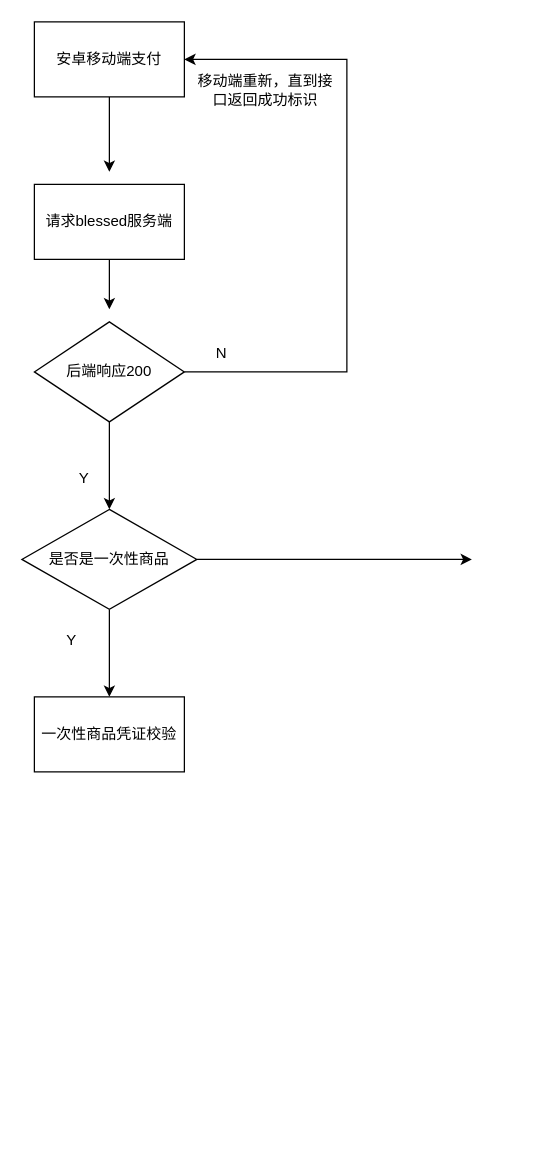
The draw.io diagram 谷歌支付.drawio in ffyyhh995511/draw.io, before the edit. Source tidied: cells renumbered, new cells numbered last; positions are measured from the earlier drawing's top-left corner, leaving out a move shared by most shapes. Both pictures are drawn from the tidied source at 125%, with x=0, y=0 at pixel (21, 21).
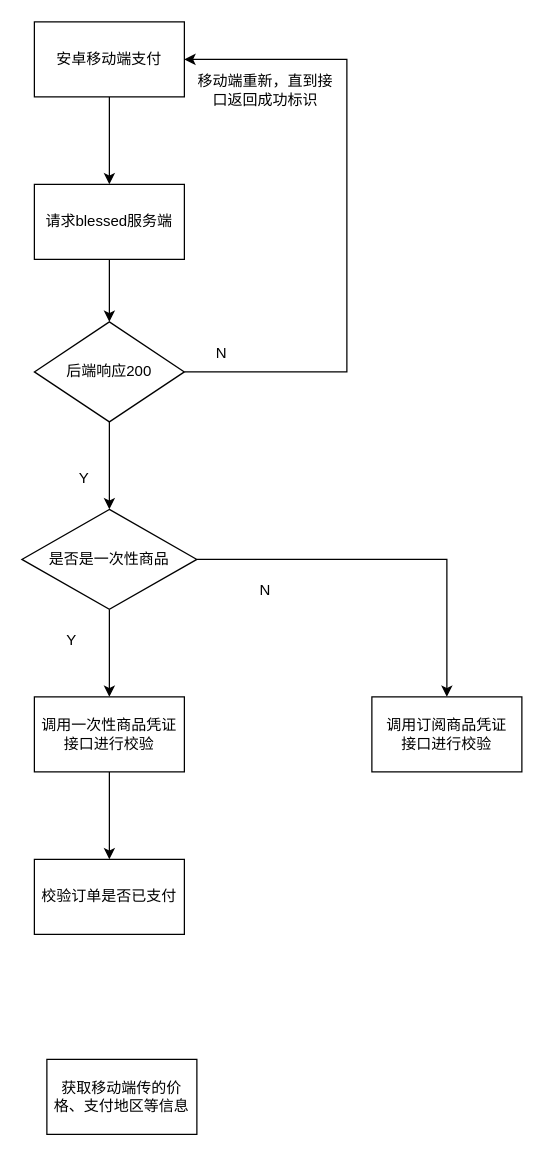
The same page after the edit.

Commit message (it also covers changes not shown here):
更新谷歌支付.drawio

Unchanged cells that the change refers to:
```xml
<mxCell id="3" value="安卓移动端支付" style="rounded=0;whiteSpace=wrap;html=1;" parent="1" vertex="1">
  <mxGeometry x="10" width="120" height="60" as="geometry" />
</mxCell>
<mxCell id="5" value="请求blessed服务端" style="rounded=0;whiteSpace=wrap;html=1;" parent="1" vertex="1">
  <mxGeometry x="10" y="130" width="120" height="60" as="geometry" />
</mxCell>
<mxCell id="8" value="后端响应200" style="rhombus;whiteSpace=wrap;html=1;" parent="1" vertex="1">
  <mxGeometry x="10" y="240" width="120" height="80" as="geometry" />
</mxCell>
<mxCell id="14" value="是否是一次性商品" style="rhombus;whiteSpace=wrap;html=1;" parent="1" vertex="1">
  <mxGeometry y="390" width="140" height="80" as="geometry" />
</mxCell>
```

What changed in the source:
```diff
@@
-    <mxCell id="2" style="edgeStyle=orthogonalEdgeStyle;rounded=0;jettySize=auto;html=1;" parent="1" edge="1" source="3">
-      <mxGeometry relative="1" as="geometry">
-        <mxPoint x="70" y="120" as="targetPoint" />
-      </mxGeometry>
+    <mxCell id="2" style="edgeStyle=orthogonalEdgeStyle;rounded=0;jettySize=auto;html=1;entryX=0.5;entryY=0;entryDx=0;entryDy=0;" parent="1" edge="1" source="3" target="5">
+      <mxGeometry relative="1" as="geometry" />
     </mxCell>
@@
-    <mxCell id="4" style="edgeStyle=orthogonalEdgeStyle;rounded=0;jettySize=auto;html=1;" parent="1" edge="1" source="5">
-      <mxGeometry relative="1" as="geometry">
-        <mxPoint x="70" y="230" as="targetPoint" />
-      </mxGeometry>
+    <mxCell id="4" style="edgeStyle=orthogonalEdgeStyle;rounded=0;jettySize=auto;html=1;entryX=0.5;entryY=0;entryDx=0;entryDy=0;" parent="1" edge="1" source="5" target="8">
+      <mxGeometry relative="1" as="geometry" />
     </mxCell>
@@
     <mxCell id="13" style="edgeStyle=orthogonalEdgeStyle;rounded=0;jettySize=auto;html=1;" parent="1" edge="1" source="14">
       <mxGeometry relative="1" as="geometry">
-        <mxPoint x="360" y="430" as="targetPoint" />
+        <mxPoint x="340" y="540" as="targetPoint" />
+        <Array as="points">
+          <mxPoint x="340" y="430" />
+        </Array>
       </mxGeometry>
     </mxCell>
@@
+    <mxCell id="17" style="edgeStyle=orthogonalEdgeStyle;rounded=0;jettySize=auto;html=1;entryX=0.5;entryY=0;entryDx=0;entryDy=0;" parent="1" edge="1" source="16" target="20">
+      <mxGeometry relative="1" as="geometry" />
+    </mxCell>
-    <mxCell id="16" value="一次性商品凭证校验" style="rounded=0;whiteSpace=wrap;html=1;" parent="1" vertex="1">
+    <mxCell id="16" value="调用一次性商品凭证&lt;br&gt;接口进行校验" style="rounded=0;whiteSpace=wrap;html=1;" parent="1" vertex="1">
       <mxGeometry x="10" y="540" width="120" height="60" as="geometry" />
     </mxCell>
+    <mxCell id="18" value="调用订阅商品凭证&lt;br&gt;接口进行校验" style="rounded=0;whiteSpace=wrap;html=1;" parent="1" vertex="1">
+      <mxGeometry x="280" y="540" width="120" height="60" as="geometry" />
+    </mxCell>
+    <mxCell id="19" value="N" style="text;html=1;strokeColor=none;fillColor=none;align=center;verticalAlign=middle;whiteSpace=wrap;rounded=0;" parent="1" vertex="1">
+      <mxGeometry x="165" y="440" width="60" height="30" as="geometry" />
+    </mxCell>
+    <mxCell id="20" value="校验订单是否已支付" style="rounded=0;whiteSpace=wrap;html=1;" parent="1" vertex="1">
+      <mxGeometry x="10" y="670" width="120" height="60" as="geometry" />
+    </mxCell>
+    <mxCell id="21" value="获取移动端传的价格、支付地区等信息" style="rounded=0;whiteSpace=wrap;html=1;" parent="1" vertex="1">
+      <mxGeometry x="20" y="830" width="120" height="60" as="geometry" />
+    </mxCell>
```
